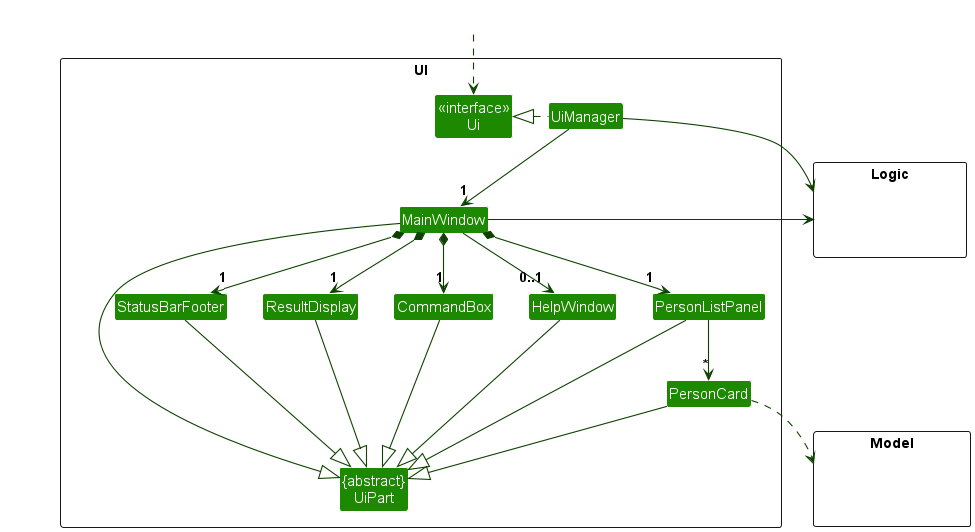
This is docs/images/UiClassDiagram.png from nus-cs2103-AY2425S1/tp, a PlantUML export, as it was before one commit.
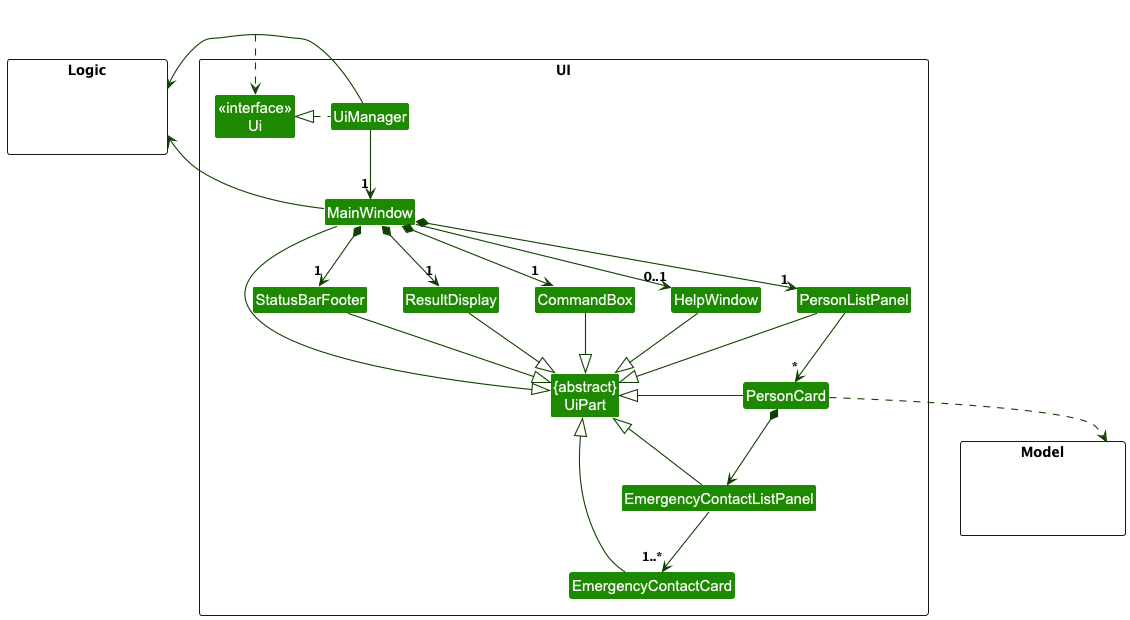
Above is the later version.

What changed in the source:
```diff
@@ -15,6 +15,8 @@
 Class PersonCard
 Class StatusBarFooter
 Class CommandBox
+Class EmergencyContactListPanel
+Class EmergencyContactCard
 }
 
 package Model <<Rectangle>> {
@@ -43,11 +45,15 @@
 ResultDisplay --|> UiPart
 CommandBox --|> UiPart
 PersonListPanel --|> UiPart
-PersonCard --|> UiPart
+PersonCard -left-|> UiPart
+EmergencyContactListPanel --|> UiPart
+EmergencyContactCard --|> UiPart
 StatusBarFooter --|> UiPart
 HelpWindow --|> UiPart
 
 PersonCard ..> Model
+PersonCard *-down-> EmergencyContactListPanel
+EmergencyContactListPanel -down-> "1..*" EmergencyContactCard
 UiManager -right-> Logic
 MainWindow -left-> Logic
 
```
